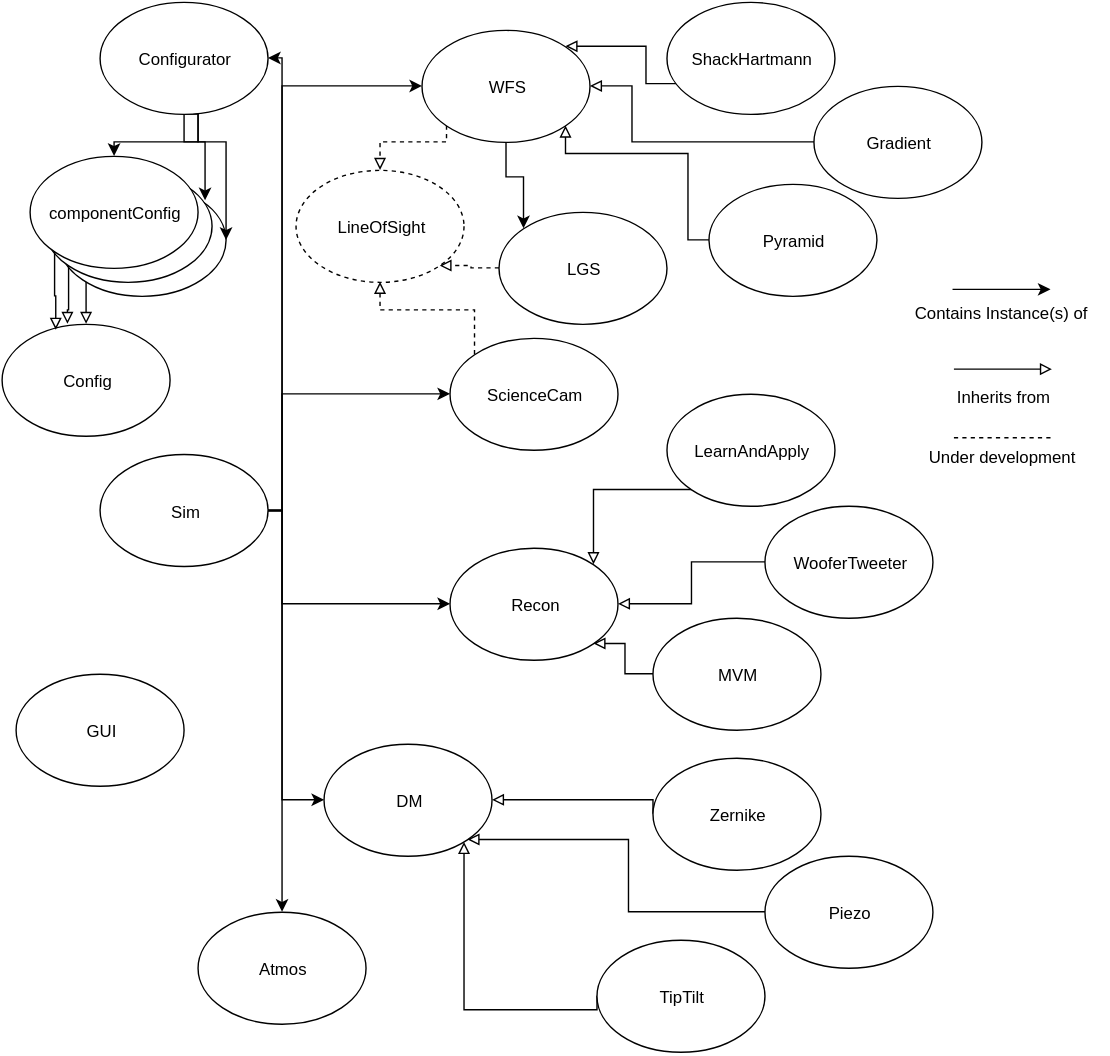
The draw.io diagram doc/source/imgs/SimpleClassDiagram.svg in AOtools/soapy, before a commit. Source tidied: cells renumbered, new cells last; positions are measured from the earlier drawing's top-left corner, leaving out a move shared by most shapes.
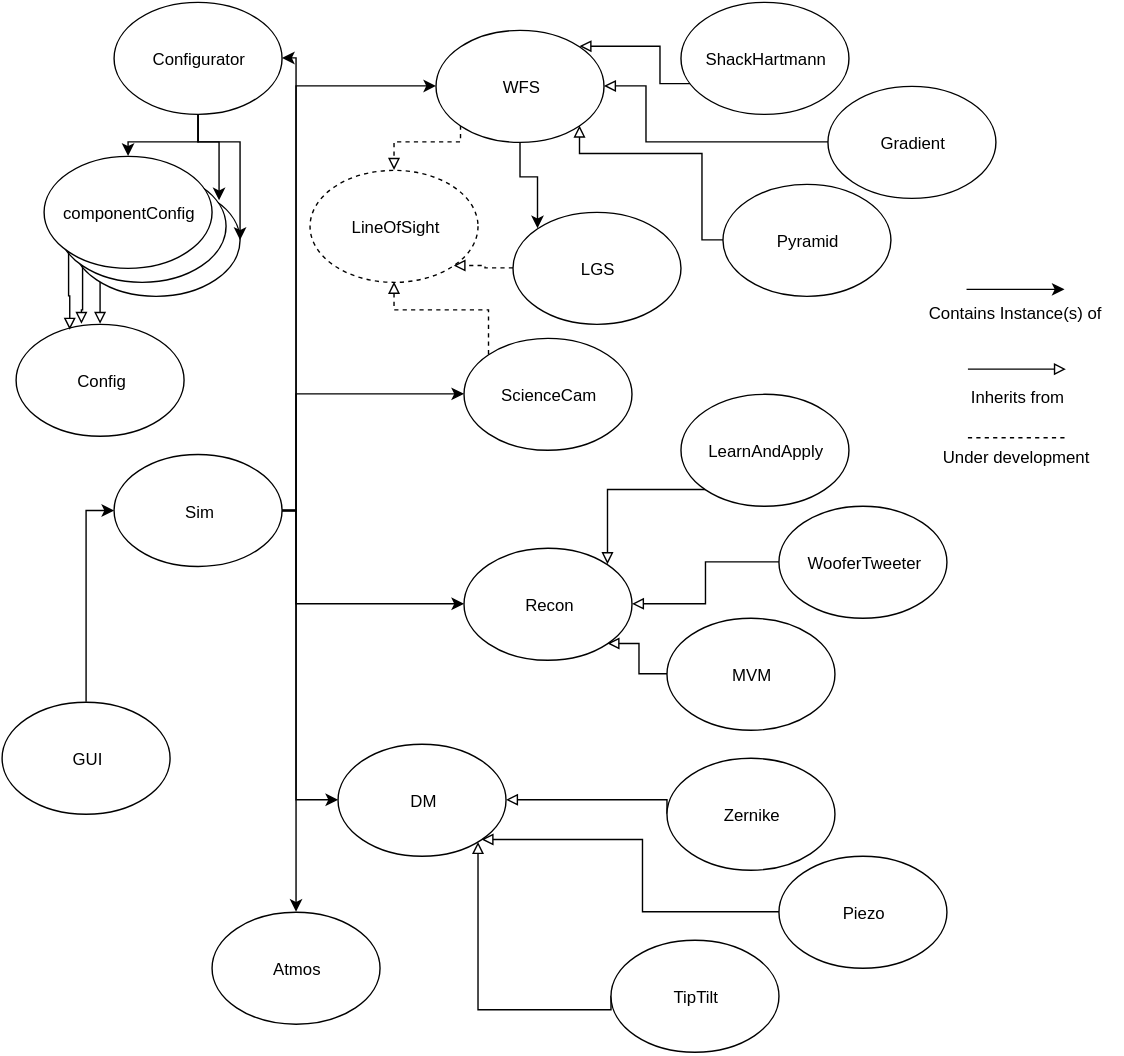
After the change.

Commit message:
update simple class diagram in docs

What changed in the source:
```diff
@@ -92,13 +92,16 @@
     <mxCell id="20" value="DM" style="ellipse;whiteSpace=wrap;html=1;" parent="1" vertex="1">
       <mxGeometry x="230" y="530" width="120" height="80" as="geometry" />
     </mxCell>
+    <mxCell id="56" style="edgeStyle=orthogonalEdgeStyle;rounded=0;html=1;exitX=0.5;exitY=0;entryX=0;entryY=0.5;endArrow=classic;endFill=1;jettySize=auto;strokeWidth=1;" parent="1" edge="1" source="21" target="12">
+      <mxGeometry relative="1" as="geometry" />
+    </mxCell>
     <mxCell id="21" value="GUI" style="ellipse;whiteSpace=wrap;html=1;" parent="1" vertex="1">
-      <mxGeometry x="10" y="480" width="120" height="80" as="geometry" />
+      <mxGeometry x="-10" y="500" width="120" height="80" as="geometry" />
     </mxCell>
     <mxCell id="22" style="edgeStyle=orthogonalEdgeStyle;rounded=0;html=1;exitX=0.5;exitY=1;entryX=0.5;entryY=0;endArrow=classic;endFill=1;jettySize=auto;strokeWidth=1;" parent="1" edge="1" source="25" target="48">
       <mxGeometry relative="1" as="geometry">
         <Array as="points">
-          <mxPoint x="140" y="100" />
+          <mxPoint x="130" y="100" />
           <mxPoint x="80" y="100" />
         </Array>
       </mxGeometry>
@@ -109,7 +112,7 @@
     <mxCell id="24" style="edgeStyle=orthogonalEdgeStyle;rounded=0;html=1;exitX=0.5;exitY=1;entryX=1;entryY=0.5;endArrow=classic;endFill=1;jettySize=auto;strokeWidth=1;" parent="1" edge="1" source="25" target="3">
       <mxGeometry relative="1" as="geometry">
         <Array as="points">
-          <mxPoint x="140" y="100" />
+          <mxPoint x="130" y="100" />
           <mxPoint x="160" y="100" />
         </Array>
       </mxGeometry>
```
